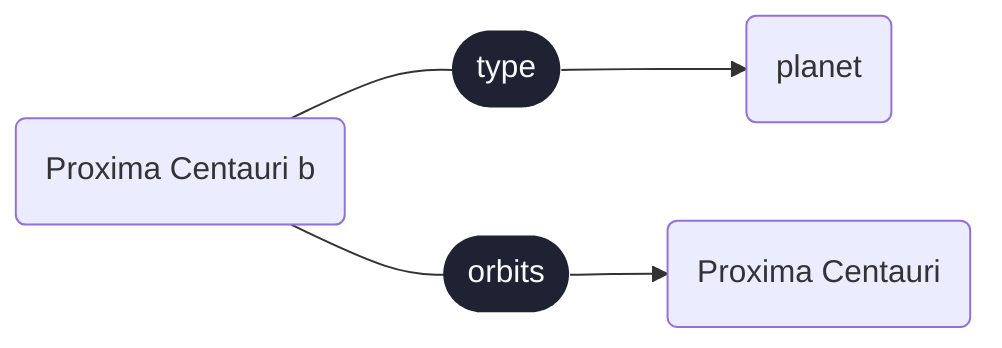
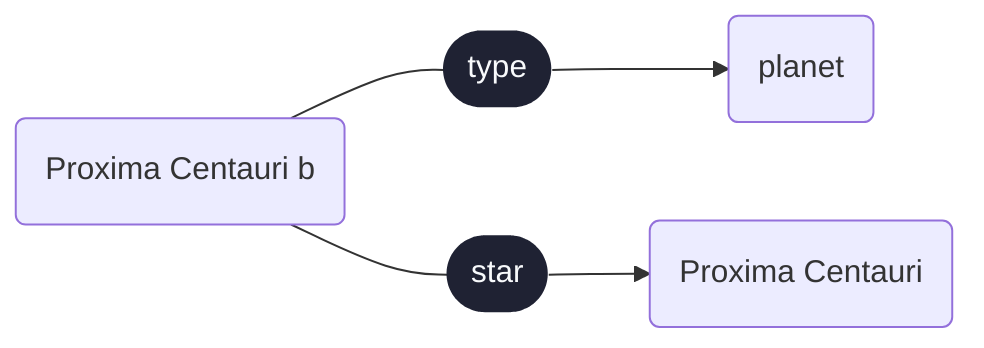
graph LR
  http___dbpedia_org_resource_Proxima_Centauri_b("Proxima Centauri b")
  click http___dbpedia_org_resource_Proxima_Centauri_b "http://dbpedia.org/resource/Proxima_Centauri_b"
  http___dbpedia_org_ontology_Planet("planet")
  click http___dbpedia_org_ontology_Planet "http://dbpedia.org/ontology/Planet"
  http___dbpedia_org_resource_Proxima_Centauri("Proxima Centauri")
  click http___dbpedia_org_resource_Proxima_Centauri "http://dbpedia.org/resource/Proxima_Centauri"
  http___dbpedia_org_resource_Proxima_Centauri_b --- Edge_540e00cae247(["type"])--> http___dbpedia_org_ontology_Planet
  click Edge_540e00cae247 "http://www.w3.org/1999/02/22-rdf-syntax-ns#type"
-   http___dbpedia_org_resource_Proxima_Centauri_b --- Edge_8050230ade08(["orbits"])--> http___dbpedia_org_resource_Proxima_Centauri
-   click Edge_8050230ade08 "http://dbpedia.org/ontology/orbits"
+   http___dbpedia_org_resource_Proxima_Centauri_b --- Edge_d03b11f4404f(["star"])--> http___dbpedia_org_resource_Proxima_Centauri
+   click Edge_d03b11f4404f "http://dbpedia.org/property/star"
  classDef predicate fill:#1f2233,stroke:transparent,color:#f8fafc,stroke-width:0px;
  classDef hidden fill:transparent,stroke:transparent,color:transparent,stroke-width:0px;
  classDef nanopubdot fill:#0f172a,stroke:#0f172a,color:transparent,stroke-width:2px;
  classDef transparent fill:transparent,stroke:transparent,color:transparent,stroke-width:0px;
-   class Edge_540e00cae247,Edge_8050230ade08 predicate
+   class Edge_540e00cae247,Edge_d03b11f4404f predicate
